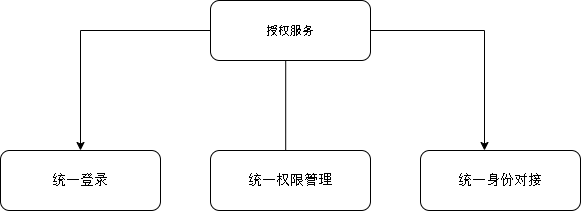
Above: 权限结构图.drawio.png in lsdu0/drawio (draw.io), before the change. Source tidied: cells renumbered, new cells last; positions are measured from the earlier drawing's top-left corner, leaving out a move shared by most shapes. The source it was exported from:
```xml
<mxGraphModel>
  <root>
    <mxCell id="0" />
    <mxCell id="1" parent="0" />
    <mxCell id="2" style="edgeStyle=orthogonalEdgeStyle;rounded=0;orthogonalLoop=1;jettySize=auto;html=1;entryX=0.5;entryY=0;entryDx=0;entryDy=0;" parent="1" edge="1">
      <mxGeometry relative="1" as="geometry">
        <mxPoint x="322.3" y="55" as="sourcePoint" />
        <mxPoint x="484" y="150" as="targetPoint" />
        <Array as="points">
          <mxPoint x="322" y="30" />
          <mxPoint x="484" y="30" />
        </Array>
      </mxGeometry>
    </mxCell>
    <mxCell id="3" style="edgeStyle=orthogonalEdgeStyle;rounded=0;orthogonalLoop=1;jettySize=auto;html=1;entryX=0.541;entryY=0.038;entryDx=0;entryDy=0;entryPerimeter=0;" parent="1" edge="1">
      <mxGeometry relative="1" as="geometry">
        <mxPoint x="285.2" y="60" as="sourcePoint" />
        <mxPoint x="230" y="158" as="targetPoint" />
        <Array as="points">
          <mxPoint x="284.9" y="155" />
          <mxPoint x="229.9" y="155" />
        </Array>
      </mxGeometry>
    </mxCell>
    <mxCell id="4" style="edgeStyle=orthogonalEdgeStyle;rounded=0;jettySize=auto;html=1;entryX=0.5;entryY=0;entryDx=0;entryDy=0;" parent="1" edge="1" source="5" target="8">
      <mxGeometry relative="1" as="geometry" />
    </mxCell>
    <mxCell id="5" value="&lt;p class=&quot;MsoNormal&quot;&gt;&lt;span style=&quot;mso-spacerun:'yes';font-family:等线;mso-bidi-font-family:Arial;&lt;br/&gt;font-size:10.5000pt;mso-font-kerning:1.0000pt;&quot;&gt;授权服务&lt;/span&gt;&lt;/p&gt;" style="rounded=1;whiteSpace=wrap;html=1;" parent="1" vertex="1">
      <mxGeometry x="210" width="160" height="60" as="geometry" />
    </mxCell>
    <mxCell id="6" value="&lt;p class=&quot;MsoNormal&quot;&gt;&lt;span style=&quot;mso-spacerun:'yes';font-family:等线;mso-ascii-font-family:宋体;&lt;br/&gt;mso-hansi-font-family:宋体;mso-bidi-font-family:宋体;font-size:10.5000pt;&lt;br/&gt;mso-font-kerning:0.0000pt;&quot;&gt;统一身份对接&lt;/span&gt;&lt;/p&gt;" style="rounded=1;whiteSpace=wrap;html=1;" parent="1" vertex="1">
      <mxGeometry x="420" y="150" width="160" height="60" as="geometry" />
    </mxCell>
    <mxCell id="7" value="&lt;p class=&quot;MsoNormal&quot;&gt;&lt;span style=&quot;mso-spacerun:'yes';font-family:等线;mso-ascii-font-family:宋体;&lt;br/&gt;mso-hansi-font-family:宋体;mso-bidi-font-family:宋体;font-size:10.5000pt;&lt;br/&gt;mso-font-kerning:0.0000pt;&quot;&gt;统一权限管理&lt;/span&gt;&lt;/p&gt;" style="rounded=1;whiteSpace=wrap;html=1;" parent="1" vertex="1">
      <mxGeometry x="210" y="150" width="160" height="60" as="geometry" />
    </mxCell>
    <mxCell id="8" value="&lt;p class=&quot;MsoNormal&quot;&gt;&lt;span style=&quot;mso-spacerun:'yes';font-family:等线;mso-ascii-font-family:宋体;&lt;br/&gt;mso-hansi-font-family:宋体;mso-bidi-font-family:宋体;font-size:10.5000pt;&lt;br/&gt;mso-font-kerning:0.0000pt;&quot;&gt;统一登录&lt;/span&gt;&lt;/p&gt;" style="rounded=1;whiteSpace=wrap;html=1;" parent="1" vertex="1">
      <mxGeometry y="150" width="160" height="60" as="geometry" />
    </mxCell>
  </root>
</mxGraphModel>
```
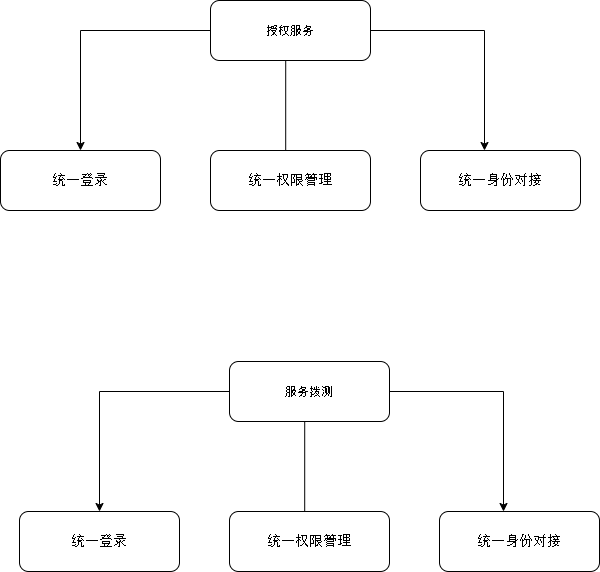
After the commit.

Commit message:
Update 权限结构图.drawio.png

Change to the diagram source:
```diff
@@ -37,5 +37,40 @@
     <mxCell id="8" value="&lt;p class=&quot;MsoNormal&quot;&gt;&lt;span style=&quot;mso-spacerun:'yes';font-family:等线;mso-ascii-font-family:宋体;&lt;br/&gt;mso-hansi-font-family:宋体;mso-bidi-font-family:宋体;font-size:10.5000pt;&lt;br/&gt;mso-font-kerning:0.0000pt;&quot;&gt;统一登录&lt;/span&gt;&lt;/p&gt;" style="rounded=1;whiteSpace=wrap;html=1;" parent="1" vertex="1">
       <mxGeometry y="150" width="160" height="60" as="geometry" />
     </mxCell>
+    <mxCell id="9" style="edgeStyle=orthogonalEdgeStyle;rounded=0;orthogonalLoop=1;jettySize=auto;html=1;entryX=0.5;entryY=0;entryDx=0;entryDy=0;" parent="1" edge="1">
+      <mxGeometry relative="1" as="geometry">
+        <mxPoint x="341.3" y="416" as="sourcePoint" />
+        <mxPoint x="503" y="511" as="targetPoint" />
+        <Array as="points">
+          <mxPoint x="341" y="391" />
+          <mxPoint x="503" y="391" />
+        </Array>
+      </mxGeometry>
+    </mxCell>
+    <mxCell id="10" style="edgeStyle=orthogonalEdgeStyle;rounded=0;orthogonalLoop=1;jettySize=auto;html=1;entryX=0.541;entryY=0.038;entryDx=0;entryDy=0;entryPerimeter=0;" parent="1" edge="1">
+      <mxGeometry relative="1" as="geometry">
+        <mxPoint x="304.2" y="421" as="sourcePoint" />
+        <mxPoint x="249" y="519" as="targetPoint" />
+        <Array as="points">
+          <mxPoint x="303.9" y="516" />
+          <mxPoint x="248.9" y="516" />
+        </Array>
+      </mxGeometry>
+    </mxCell>
+    <mxCell id="11" style="edgeStyle=orthogonalEdgeStyle;rounded=0;jettySize=auto;html=1;entryX=0.5;entryY=0;entryDx=0;entryDy=0;" parent="1" edge="1" source="12" target="15">
+      <mxGeometry relative="1" as="geometry" />
+    </mxCell>
+    <mxCell id="12" value="&lt;p class=&quot;MsoNormal&quot;&gt;&lt;span style=&quot;mso-spacerun:'yes';font-family:等线;mso-bidi-font-family:Arial;&lt;br/&gt;font-size:10.5000pt;mso-font-kerning:1.0000pt;&quot;&gt;服务拨测&lt;/span&gt;&lt;/p&gt;" style="rounded=1;whiteSpace=wrap;html=1;" parent="1" vertex="1">
+      <mxGeometry x="229" y="361" width="160" height="60" as="geometry" />
+    </mxCell>
+    <mxCell id="13" value="&lt;p class=&quot;MsoNormal&quot;&gt;&lt;span style=&quot;mso-spacerun:'yes';font-family:等线;mso-ascii-font-family:宋体;&lt;br/&gt;mso-hansi-font-family:宋体;mso-bidi-font-family:宋体;font-size:10.5000pt;&lt;br/&gt;mso-font-kerning:0.0000pt;&quot;&gt;统一身份对接&lt;/span&gt;&lt;/p&gt;" style="rounded=1;whiteSpace=wrap;html=1;" parent="1" vertex="1">
+      <mxGeometry x="439" y="511" width="160" height="60" as="geometry" />
+    </mxCell>
+    <mxCell id="14" value="&lt;p class=&quot;MsoNormal&quot;&gt;&lt;span style=&quot;mso-spacerun:'yes';font-family:等线;mso-ascii-font-family:宋体;&lt;br/&gt;mso-hansi-font-family:宋体;mso-bidi-font-family:宋体;font-size:10.5000pt;&lt;br/&gt;mso-font-kerning:0.0000pt;&quot;&gt;统一权限管理&lt;/span&gt;&lt;/p&gt;" style="rounded=1;whiteSpace=wrap;html=1;" parent="1" vertex="1">
+      <mxGeometry x="229" y="511" width="160" height="60" as="geometry" />
+    </mxCell>
+    <mxCell id="15" value="&lt;p class=&quot;MsoNormal&quot;&gt;&lt;span style=&quot;mso-spacerun:'yes';font-family:等线;mso-ascii-font-family:宋体;&lt;br/&gt;mso-hansi-font-family:宋体;mso-bidi-font-family:宋体;font-size:10.5000pt;&lt;br/&gt;mso-font-kerning:0.0000pt;&quot;&gt;统一登录&lt;/span&gt;&lt;/p&gt;" style="rounded=1;whiteSpace=wrap;html=1;" parent="1" vertex="1">
+      <mxGeometry x="19" y="511" width="160" height="60" as="geometry" />
+    </mxCell>
   </root>
 </mxGraphModel>
```
